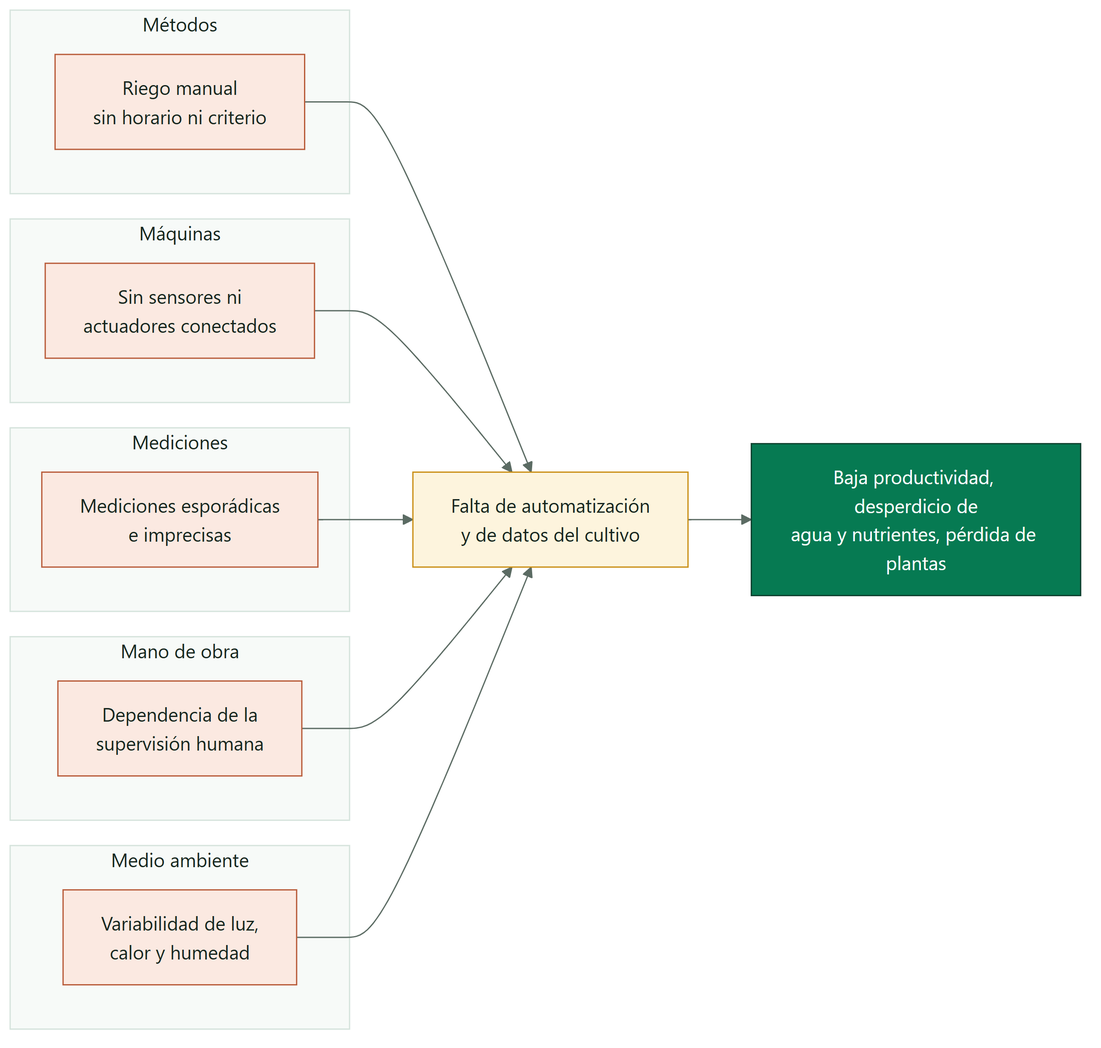
Before: docs/diagrams/SmartPot_09_Cause_Effect.png, a diagram exported from Mermaid (SmartPotTech/.github). Its source is kept beside it as docs/diagrams/SmartPot_09_Cause_Effect.mmd. The source it was exported from:
```mermaid
%%{init: {"theme": "base", "fontFamily": "Segoe UI, Arial, sans-serif", "themeVariables": {"fontFamily": "Segoe UI, Arial, sans-serif", "fontSize": "15px", "primaryColor": "#DDF5EA", "primaryTextColor": "#17261F", "primaryBorderColor": "#067A52", "secondaryColor": "#E3F2FB", "secondaryTextColor": "#17261F", "secondaryBorderColor": "#1F6FA0", "tertiaryColor": "#F2F7F4", "tertiaryTextColor": "#17261F", "tertiaryBorderColor": "#D5E3DC", "lineColor": "#5B6B63", "textColor": "#17261F", "mainBkg": "#DDF5EA", "nodeBorder": "#067A52", "clusterBkg": "#F7FAF8", "clusterBorder": "#D5E3DC", "edgeLabelBackground": "#FFFFFF", "actorBkg": "#067A52", "actorBorder": "#0B3D2B", "actorTextColor": "#FFFFFF", "actorLineColor": "#5B6B63", "signalColor": "#17261F", "signalTextColor": "#17261F", "labelBoxBkgColor": "#0B3D2B", "labelBoxBorderColor": "#0B3D2B", "labelTextColor": "#FFFFFF", "loopTextColor": "#0B3D2B", "noteBkgColor": "#FDF4DD", "noteBorderColor": "#C98D12", "noteTextColor": "#17261F", "activationBkgColor": "#DDF5EA", "activationBorderColor": "#067A52", "attributeBackgroundColorOdd": "#FFFFFF", "attributeBackgroundColorEven": "#F2F7F4"}}}%%
flowchart LR
  subgraph metodos["Métodos"]
    m1["Riego manual<br/>sin horario ni criterio"]
  end
  subgraph maquinas["Máquinas"]
    m2["Sin sensores ni<br/>actuadores conectados"]
  end
  subgraph mediciones["Mediciones"]
    m3["Mediciones esporádicas<br/>e imprecisas"]
  end
  subgraph mano["Mano de obra"]
    m4["Dependencia de la<br/>supervisión humana"]
  end
  subgraph ambiente["Medio ambiente"]
    m5["Variabilidad de luz,<br/>calor y humedad"]
  end
  m1 --> raiz["Falta de automatización<br/>y de datos del cultivo"]
  m2 --> raiz
  m3 --> raiz
  m4 --> raiz
  m5 --> raiz
  raiz --> efecto["Baja productividad, desperdicio de<br/>agua y nutrientes, pérdida de plantas"]
  classDef cause fill:#FBE9E1,stroke:#B85A38,color:#17261F
  classDef root fill:#FDF4DD,stroke:#C98D12,color:#17261F
  classDef effect fill:#067A52,stroke:#0B3D2B,color:#FFFFFF
  class m1,m2,m3,m4,m5 cause
  class raiz root
  class efecto effect
```
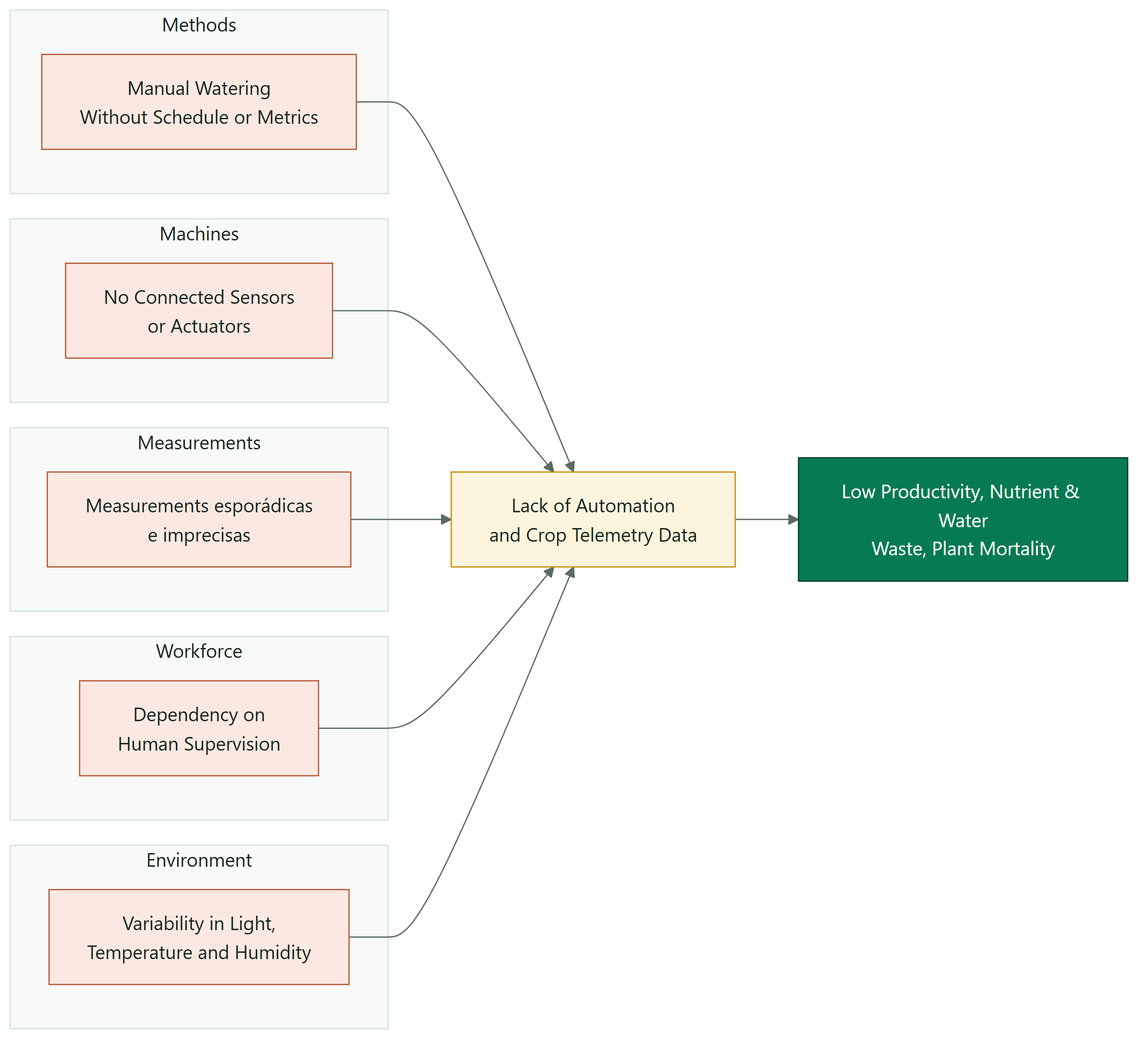
The same file after the commit.

Diff of the diagram source:
```diff
@@ -1,26 +1,26 @@
 %%{init: {"theme": "base", "fontFamily": "Segoe UI, Arial, sans-serif", "themeVariables": {"fontFamily": "Segoe UI, Arial, sans-serif", "fontSize": "15px", "primaryColor": "#DDF5EA", "primaryTextColor": "#17261F", "primaryBorderColor": "#067A52", "secondaryColor": "#E3F2FB", "secondaryTextColor": "#17261F", "secondaryBorderColor": "#1F6FA0", "tertiaryColor": "#F2F7F4", "tertiaryTextColor": "#17261F", "tertiaryBorderColor": "#D5E3DC", "lineColor": "#5B6B63", "textColor": "#17261F", "mainBkg": "#DDF5EA", "nodeBorder": "#067A52", "clusterBkg": "#F7FAF8", "clusterBorder": "#D5E3DC", "edgeLabelBackground": "#FFFFFF", "actorBkg": "#067A52", "actorBorder": "#0B3D2B", "actorTextColor": "#FFFFFF", "actorLineColor": "#5B6B63", "signalColor": "#17261F", "signalTextColor": "#17261F", "labelBoxBkgColor": "#0B3D2B", "labelBoxBorderColor": "#0B3D2B", "labelTextColor": "#FFFFFF", "loopTextColor": "#0B3D2B", "noteBkgColor": "#FDF4DD", "noteBorderColor": "#C98D12", "noteTextColor": "#17261F", "activationBkgColor": "#DDF5EA", "activationBorderColor": "#067A52", "attributeBackgroundColorOdd": "#FFFFFF", "attributeBackgroundColorEven": "#F2F7F4"}}}%%
 flowchart LR
-  subgraph metodos["Métodos"]
-    m1["Riego manual<br/>sin horario ni criterio"]
+  subgraph metodos["Methods"]
+    m1["Manual Watering<br/>Without Schedule or Metrics"]
   end
-  subgraph maquinas["Máquinas"]
-    m2["Sin sensores ni<br/>actuadores conectados"]
+  subgraph maquinas["Machines"]
+    m2["No Connected Sensors<br/>or Actuators"]
   end
-  subgraph mediciones["Mediciones"]
-    m3["Mediciones esporádicas<br/>e imprecisas"]
+  subgraph mediciones["Measurements"]
+    m3["Measurements esporádicas<br/>e imprecisas"]
   end
-  subgraph mano["Mano de obra"]
-    m4["Dependencia de la<br/>supervisión humana"]
+  subgraph mano["Workforce"]
+    m4["Dependency on<br/>Human Supervision"]
   end
-  subgraph ambiente["Medio ambiente"]
-    m5["Variabilidad de luz,<br/>calor y humedad"]
+  subgraph ambiente["Environment"]
+    m5["Variability in Light,<br/>Temperature and Humidity"]
   end
-  m1 --> raiz["Falta de automatización<br/>y de datos del cultivo"]
+  m1 --> raiz["Lack of Automation<br/>and Crop Telemetry Data"]
   m2 --> raiz
   m3 --> raiz
   m4 --> raiz
   m5 --> raiz
-  raiz --> efecto["Baja productividad, desperdicio de<br/>agua y nutrientes, pérdida de plantas"]
+  raiz --> efecto["Low Productivity, Nutrient & Water<br/>Waste, Plant Mortality"]
   classDef cause fill:#FBE9E1,stroke:#B85A38,color:#17261F
   classDef root fill:#FDF4DD,stroke:#C98D12,color:#17261F
   classDef effect fill:#067A52,stroke:#0B3D2B,color:#FFFFFF
```
